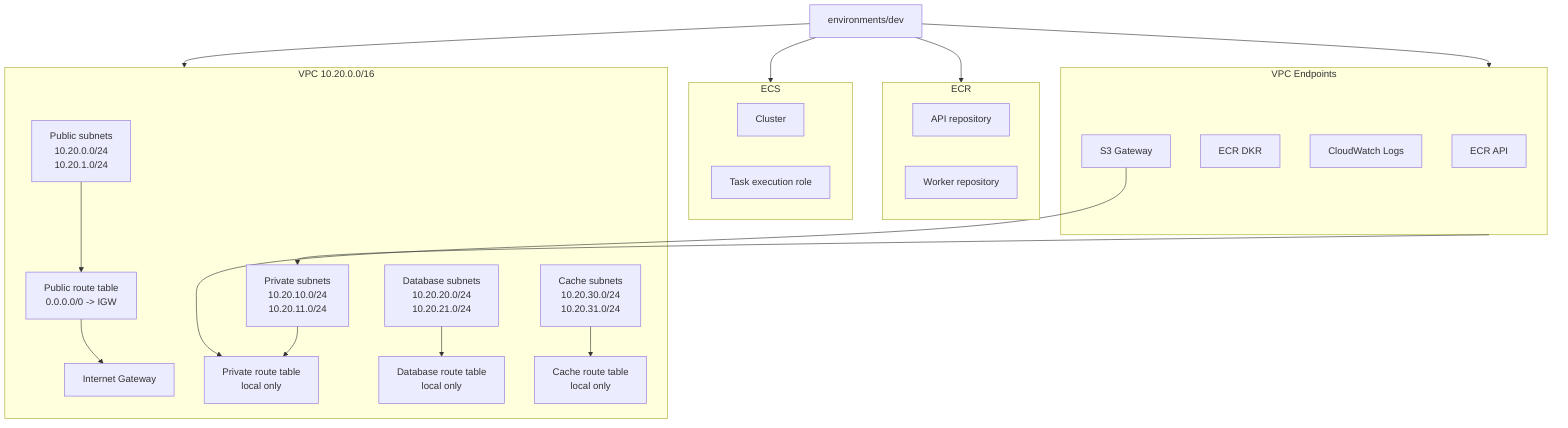
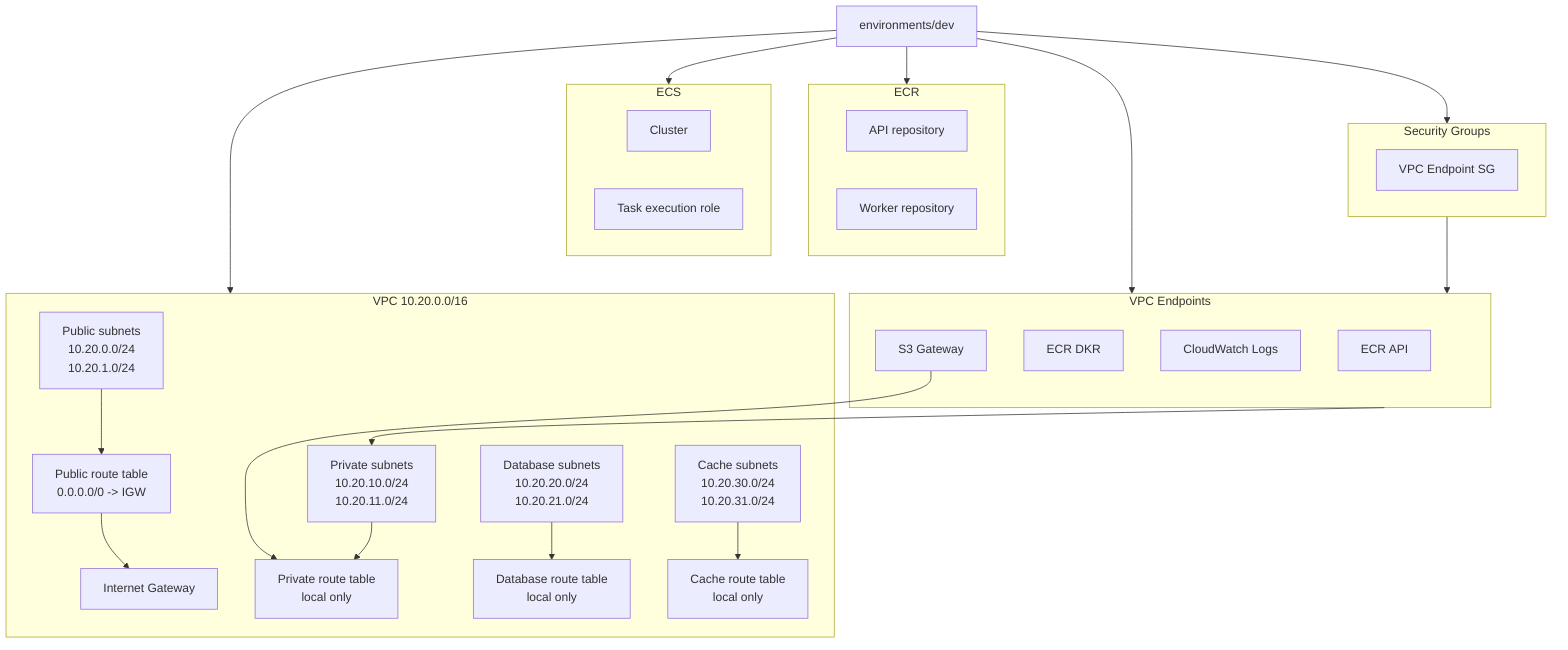
flowchart TB
  root["environments/dev"]

  subgraph ecr["ECR"]
    api_repo["API repository"]
    worker_repo["Worker repository"]
  end

  subgraph ecs["ECS"]
    cluster["Cluster"]
    task_execution_role["Task execution role"]
  end

  subgraph endpoints["VPC Endpoints"]
    ecr_api["ECR API"]
    ecr_dkr["ECR DKR"]
    logs_endpoint["CloudWatch Logs"]
    s3_gateway["S3 Gateway"]
  end

+   subgraph security["Security Groups"]
+     vpce_sg["VPC Endpoint SG"]
+   end
+ 
  subgraph vpc["VPC 10.20.0.0/16"]
    igw["Internet Gateway"]

    public["Public subnets\n10.20.0.0/24\n10.20.1.0/24"]
    private["Private subnets\n10.20.10.0/24\n10.20.11.0/24"]
    database["Database subnets\n10.20.20.0/24\n10.20.21.0/24"]
    cache["Cache subnets\n10.20.30.0/24\n10.20.31.0/24"]

    public_rt["Public route table\n0.0.0.0/0 -> IGW"]
    private_rt["Private route table\nlocal only"]
    database_rt["Database route table\nlocal only"]
    cache_rt["Cache route table\nlocal only"]
  end

  root --> ecr
  root --> ecs
  root --> endpoints
+   root --> security
  root --> vpc
+   security --> endpoints
  endpoints --> private
  s3_gateway --> private_rt
  public --> public_rt
  public_rt --> igw
  private --> private_rt
  database --> database_rt
  cache --> cache_rt
